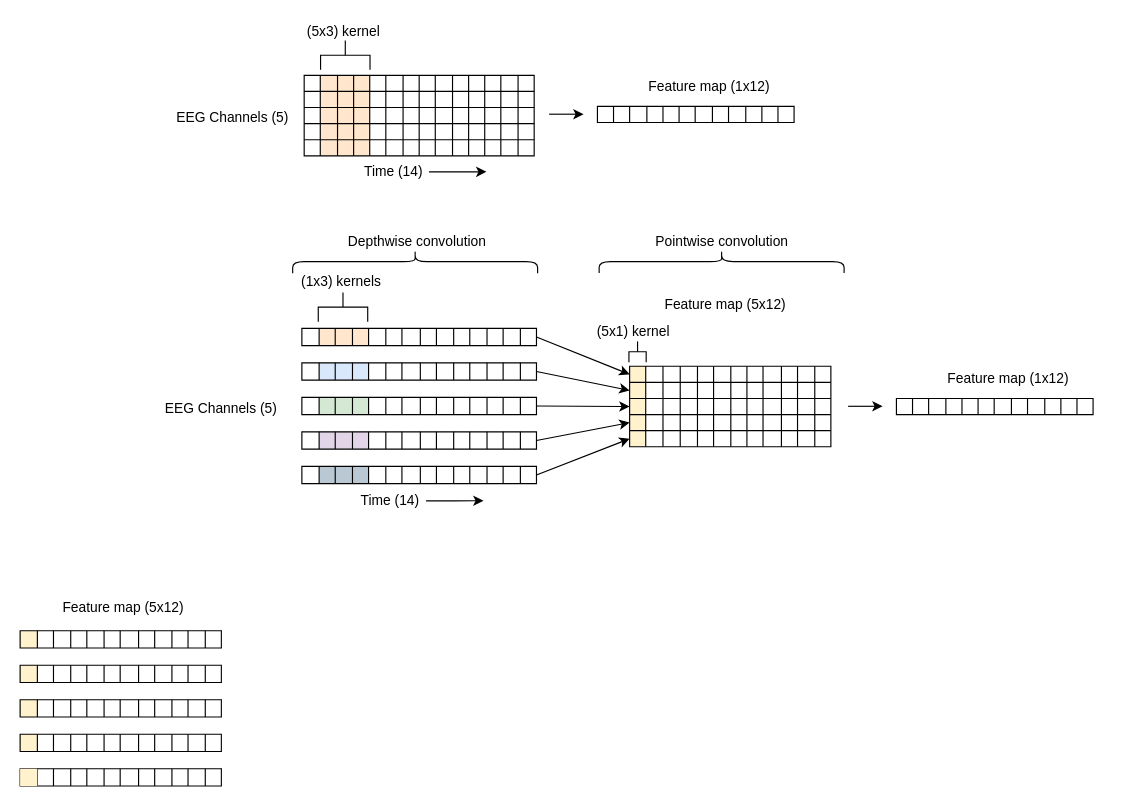
This is conv1d.drawio from weiter10/tfm_eeg_dl, a draw.io file, before an edit. Source tidied: cells renumbered, new cells numbered last; positions are measured from the earlier drawing's top-left corner, leaving out a move shared by most shapes. Both pictures are drawn from the tidied source at 115%, with x=0, y=0 at pixel (20, 20).
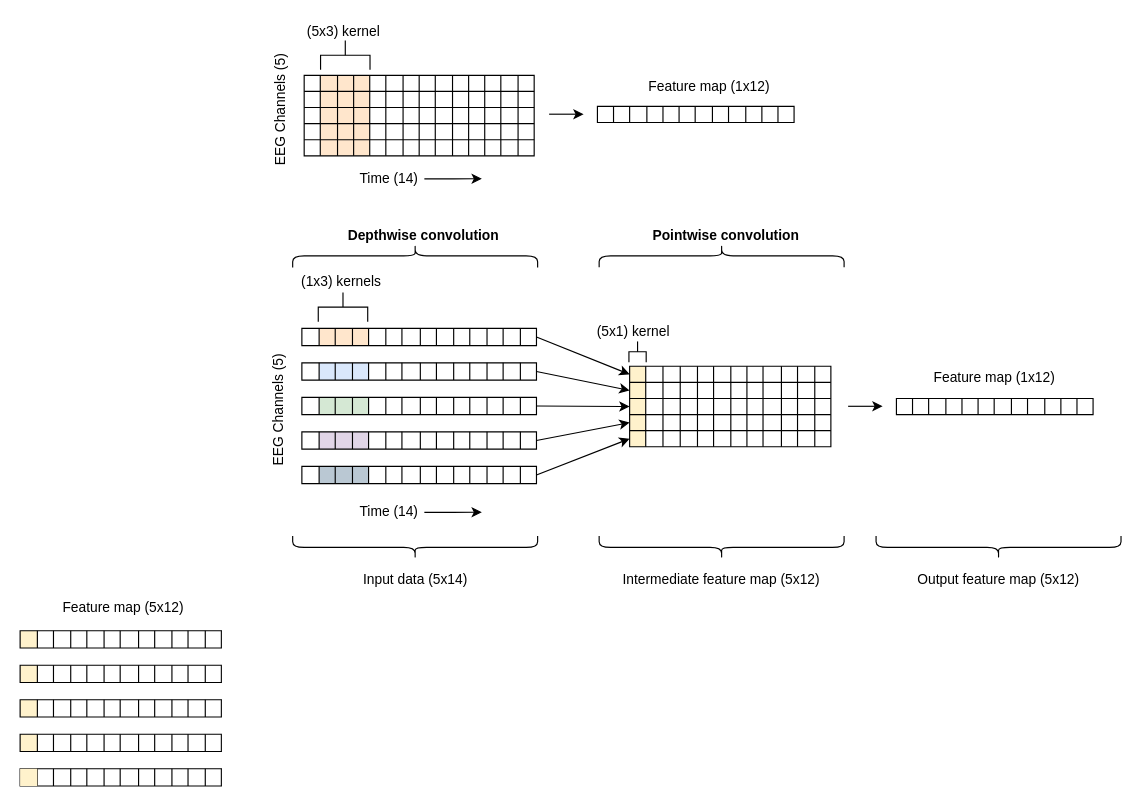
Above is the later version.

What changed in the source:
```diff
@@
-    <mxCell id="110" value="&lt;div&gt;EEG Channels (5)&lt;/div&gt;" style="text;html=1;strokeColor=none;fillColor=none;align=center;verticalAlign=middle;whiteSpace=wrap;rounded=0;" parent="1" vertex="1">
-      <mxGeometry x="130" y="75" width="110" height="20" as="geometry" />
+    <mxCell id="110" value="&lt;div&gt;EEG Channels (5)&lt;/div&gt;" style="text;html=1;strokeColor=none;fillColor=none;align=center;verticalAlign=middle;whiteSpace=wrap;rounded=0;rotation=-90;" parent="1" vertex="1">
+      <mxGeometry x="172" y="68" width="110" height="20" as="geometry" />
     </mxCell>
     <mxCell id="111" style="edgeStyle=orthogonalEdgeStyle;rounded=0;jettySize=auto;html=1;exitX=1;exitY=0.5;exitDx=0;exitDy=0;" parent="1" edge="1" source="112">
       <mxGeometry relative="1" as="geometry">
-        <mxPoint x="405.5" y="131.9" as="targetPoint" />
+        <mxPoint x="401.5" y="137.9" as="targetPoint" />
       </mxGeometry>
     </mxCell>
     <mxCell id="112" value="Time (14)" style="text;html=1;strokeColor=none;fillColor=none;align=center;verticalAlign=middle;whiteSpace=wrap;rounded=0;" parent="1" vertex="1">
-      <mxGeometry x="293.5" y="122" width="62" height="20" as="geometry" />
+      <mxGeometry x="289.5" y="128" width="62" height="20" as="geometry" />
     </mxCell>
@@
-    <mxCell id="273" value="&lt;div&gt;EEG Channels (5)&lt;/div&gt;" style="text;html=1;strokeColor=none;fillColor=none;align=center;verticalAlign=middle;whiteSpace=wrap;rounded=0;" parent="1" vertex="1">
-      <mxGeometry x="120" y="328" width="110" height="20" as="geometry" />
+    <mxCell id="273" value="&lt;div&gt;EEG Channels (5)&lt;/div&gt;" style="text;html=1;strokeColor=none;fillColor=none;align=center;verticalAlign=middle;whiteSpace=wrap;rounded=0;rotation=-90;" parent="1" vertex="1">
+      <mxGeometry x="170" y="329" width="110" height="20" as="geometry" />
     </mxCell>
     <mxCell id="274" style="edgeStyle=orthogonalEdgeStyle;rounded=0;jettySize=auto;html=1;exitX=1;exitY=0.5;exitDx=0;exitDy=0;" parent="1" edge="1" source="275">
       <mxGeometry relative="1" as="geometry">
-        <mxPoint x="403" y="417.9" as="targetPoint" />
+        <mxPoint x="401.5" y="427.9" as="targetPoint" />
       </mxGeometry>
     </mxCell>
     <mxCell id="275" value="Time (14)" style="text;html=1;strokeColor=none;fillColor=none;align=center;verticalAlign=middle;whiteSpace=wrap;rounded=0;" parent="1" vertex="1">
-      <mxGeometry x="291" y="408" width="62" height="20" as="geometry" />
+      <mxGeometry x="289.5" y="418" width="62" height="20" as="geometry" />
     </mxCell>
@@
     <mxCell id="283" style="shape=curlyBracket;whiteSpace=wrap;html=1;rounded=1;shadow=0;glass=0;strokeColor=#000000;strokeWidth=1;fillColor=none;gradientColor=none;rotation=90;" parent="1" vertex="1">
-      <mxGeometry x="333.5" y="103.5" width="20" height="213" as="geometry" />
+      <mxGeometry x="333.5" y="98.5" width="20" height="213" as="geometry" />
     </mxCell>
-    <mxCell id="284" value="Depthwise convolution" style="text;html=1;strokeColor=none;fillColor=none;align=center;verticalAlign=middle;whiteSpace=wrap;rounded=0;" parent="1" vertex="1">
-      <mxGeometry x="282" y="183" width="127" height="20" as="geometry" />
+    <mxCell id="284" value="Depthwise convolution" style="text;html=1;strokeColor=none;fillColor=none;align=center;verticalAlign=middle;whiteSpace=wrap;rounded=0;fontStyle=1;" parent="1" vertex="1">
+      <mxGeometry x="282" y="178" width="138" height="20" as="geometry" />
     </mxCell>
@@
     <mxCell id="353" style="shape=curlyBracket;whiteSpace=wrap;html=1;rounded=1;shadow=0;glass=0;strokeColor=#000000;strokeWidth=1;fillColor=none;gradientColor=none;rotation=90;" parent="1" vertex="1">
-      <mxGeometry x="600" y="103.5" width="20" height="213" as="geometry" />
+      <mxGeometry x="600" y="98.5" width="20" height="213" as="geometry" />
     </mxCell>
-    <mxCell id="354" value="Pointwise convolution" style="text;html=1;strokeColor=none;fillColor=none;align=center;verticalAlign=middle;whiteSpace=wrap;rounded=0;" parent="1" vertex="1">
-      <mxGeometry x="546.5" y="183" width="127" height="20" as="geometry" />
+    <mxCell id="354" value="Pointwise convolution" style="text;html=1;strokeColor=none;fillColor=none;align=center;verticalAlign=middle;whiteSpace=wrap;rounded=0;fontStyle=1;" parent="1" vertex="1">
+      <mxGeometry x="546.5" y="178" width="133.5" height="20" as="geometry" />
     </mxCell>
-    <mxCell id="355" value="Feature map (5x12)" style="text;html=1;strokeColor=none;fillColor=none;align=center;verticalAlign=middle;whiteSpace=wrap;rounded=0;" parent="1" vertex="1">
-      <mxGeometry x="552.5" y="238" width="121" height="20" as="geometry" />
+    <mxCell id="355" value="Intermediate feature map (5x12)" style="text;html=1;strokeColor=none;fillColor=none;align=center;verticalAlign=middle;whiteSpace=wrap;rounded=0;" parent="1" vertex="1">
+      <mxGeometry x="521.2" y="477" width="177.5" height="20" as="geometry" />
     </mxCell>
     <mxCell id="356" value="Feature map (1x12)" style="text;html=1;strokeColor=none;fillColor=none;align=center;verticalAlign=middle;whiteSpace=wrap;rounded=0;" parent="1" vertex="1">
-      <mxGeometry x="799" y="302" width="121" height="20" as="geometry" />
+      <mxGeometry x="787" y="301" width="121" height="20" as="geometry" />
     </mxCell>
@@
+    <mxCell id="372" style="shape=curlyBracket;whiteSpace=wrap;html=1;rounded=1;shadow=0;glass=0;strokeColor=#000000;strokeWidth=1;fillColor=none;gradientColor=none;rotation=-90;" parent="1" vertex="1">
+      <mxGeometry x="600" y="352" width="20" height="213" as="geometry" />
+    </mxCell>
+    <mxCell id="373" value="Input data (5x14)" style="text;html=1;strokeColor=none;fillColor=none;align=center;verticalAlign=middle;whiteSpace=wrap;rounded=0;" parent="1" vertex="1">
+      <mxGeometry x="254.8" y="477" width="177.5" height="20" as="geometry" />
+    </mxCell>
+    <mxCell id="374" style="shape=curlyBracket;whiteSpace=wrap;html=1;rounded=1;shadow=0;glass=0;strokeColor=#000000;strokeWidth=1;fillColor=none;gradientColor=none;rotation=-90;" parent="1" vertex="1">
+      <mxGeometry x="333.5" y="352" width="20" height="213" as="geometry" />
+    </mxCell>
+    <mxCell id="375" value="Output feature map (5x12)" style="text;html=1;strokeColor=none;fillColor=none;align=center;verticalAlign=middle;whiteSpace=wrap;rounded=0;" parent="1" vertex="1">
+      <mxGeometry x="762" y="477" width="177.5" height="20" as="geometry" />
+    </mxCell>
+    <mxCell id="376" style="shape=curlyBracket;whiteSpace=wrap;html=1;rounded=1;shadow=0;glass=0;strokeColor=#000000;strokeWidth=1;fillColor=none;gradientColor=none;rotation=-90;" parent="1" vertex="1">
+      <mxGeometry x="840.8" y="352" width="20" height="213" as="geometry" />
+    </mxCell>
```
